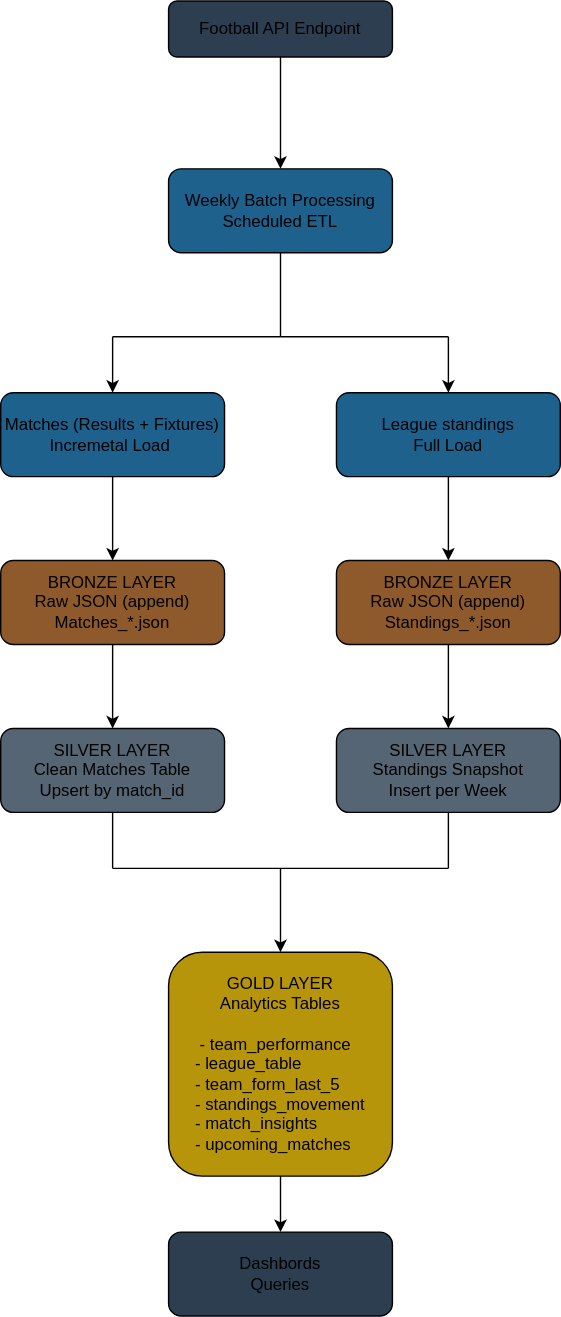
St9rinsky/Football_stats_ETL keeps this draw.io diagram as images/etl-diagram.drawio.svg. Above is the earlier version. Source tidied: cells renumbered, new cells last; positions are measured from the earlier drawing's top-left corner, leaving out a move shared by most shapes.
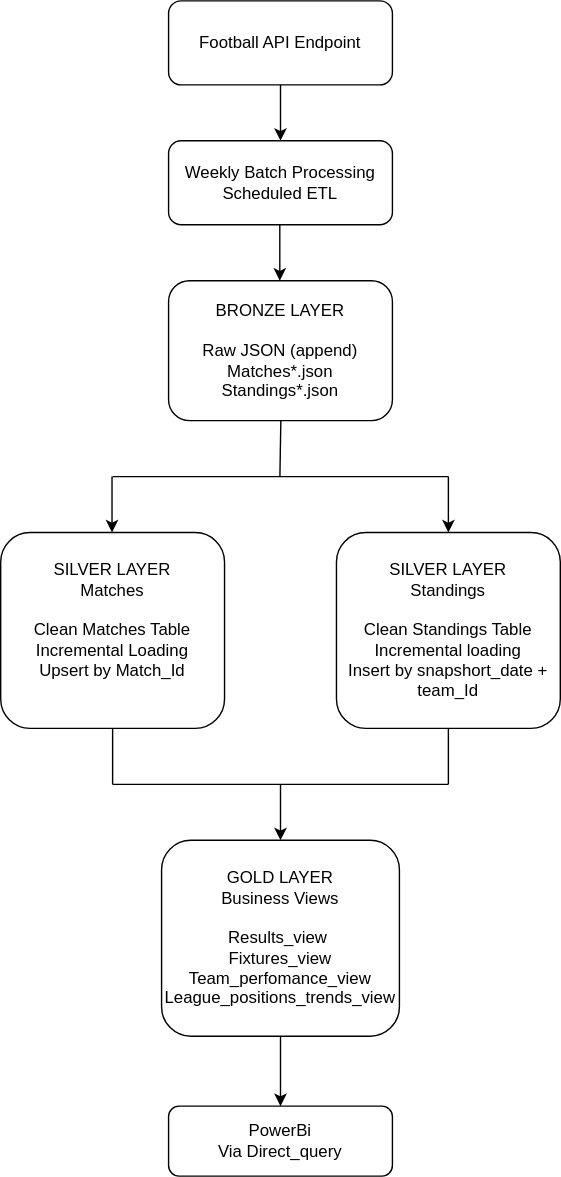
After the change.

Commit message:
added a proper map

Diff of the diagram source:
```diff
@@ -2,120 +2,94 @@
   <root>
     <mxCell id="0" />
     <mxCell id="1" parent="0" />
-    <mxCell id="2" value="Football API Endpoint" style="rounded=1;whiteSpace=wrap;html=1;fillColor=#2C3E50;" parent="1" vertex="1">
-      <mxGeometry x="120" width="160" height="40" as="geometry" />
+    <mxCell id="2" value="Football API Endpoint" style="rounded=1;whiteSpace=wrap;html=1;fillColor=light-dark(#FFFFFF,#1F618D);" parent="1" vertex="1">
+      <mxGeometry x="120" width="160" height="60" as="geometry" />
     </mxCell>
-    <mxCell id="3" style="endArrow=classic;html=1;rounded=0;exitX=0.5;exitY=1;exitDx=0;exitDy=0;" parent="1" edge="1" source="2">
-      <mxGeometry relative="1" as="geometry">
-        <mxPoint x="200" y="120" as="targetPoint" />
-      </mxGeometry>
-    </mxCell>
+    <mxCell id="27" style="endArrow=classic;html=1;rounded=0;exitX=0.5;exitY=1;exitDx=0;exitDy=0;" parent="1" edge="1" source="2">
+      <mxGeometry relative="1" as="geometry">
+        <mxPoint x="200" y="100" as="targetPoint" />
+      </mxGeometry>
+    </mxCell>
-    <mxCell id="4" value="Weekly Batch Processing&lt;div&gt;Scheduled ETL&lt;/div&gt;" style="rounded=1;whiteSpace=wrap;html=1;align=center;fillColor=#1F618D;" parent="1" vertex="1">
-      <mxGeometry x="120" y="120" width="160" height="60" as="geometry" />
+    <mxCell id="4" value="Weekly Batch Processing&lt;div&gt;Scheduled ETL&lt;/div&gt;" style="rounded=1;whiteSpace=wrap;html=1;fillColor=light-dark(#FFFFFF,#1F618D);" parent="1" vertex="1">
+      <mxGeometry x="120" y="100" width="160" height="60" as="geometry" />
     </mxCell>
-    <mxCell id="5" style="endArrow=none;html=1;rounded=0;" parent="1" edge="1">
-      <mxGeometry relative="1" as="geometry">
-        <mxPoint x="200" y="240" as="sourcePoint" />
-        <mxPoint x="200" y="180" as="targetPoint" />
-      </mxGeometry>
-    </mxCell>
-    <mxCell id="6" style="endArrow=none;html=1;rounded=0;" parent="1" edge="1">
-      <mxGeometry relative="1" as="geometry">
-        <mxPoint x="200" y="240" as="sourcePoint" />
-        <mxPoint x="320" y="240" as="targetPoint" />
-      </mxGeometry>
-    </mxCell>
-    <mxCell id="7" style="endArrow=none;html=1;rounded=0;" parent="1" edge="1">
-      <mxGeometry relative="1" as="geometry">
-        <mxPoint x="80" y="240" as="sourcePoint" />
-        <mxPoint x="200" y="240" as="targetPoint" />
-      </mxGeometry>
-    </mxCell>
-    <mxCell id="8" style="endArrow=classic;html=1;rounded=0;" parent="1" edge="1">
-      <mxGeometry relative="1" as="geometry">
-        <mxPoint x="80" y="240" as="sourcePoint" />
-        <mxPoint x="80" y="280" as="targetPoint" />
-      </mxGeometry>
-    </mxCell>
-    <mxCell id="9" style="endArrow=classic;html=1;rounded=0;" parent="1" edge="1">
-      <mxGeometry relative="1" as="geometry">
-        <mxPoint x="320" y="240" as="sourcePoint" />
-        <mxPoint x="320" y="280" as="targetPoint" />
-      </mxGeometry>
-    </mxCell>
-    <mxCell id="10" value="Matches (Results + Fixtures)&lt;div&gt;Incremetal Load&amp;nbsp;&lt;/div&gt;" style="rounded=1;whiteSpace=wrap;html=1;align=center;fillColor=#1F618D;" parent="1" vertex="1">
-      <mxGeometry y="280" width="160" height="60" as="geometry" />
-    </mxCell>
-    <mxCell id="11" value="League standings&lt;div&gt;Full Load&lt;/div&gt;" style="rounded=1;whiteSpace=wrap;html=1;align=center;fillColor=#1F618D;" parent="1" vertex="1">
-      <mxGeometry x="240" y="280" width="160" height="60" as="geometry" />
-    </mxCell>
-    <mxCell id="12" style="endArrow=classic;html=1;rounded=0;exitX=0.5;exitY=1;exitDx=0;exitDy=0;" parent="1" edge="1" source="10">
-      <mxGeometry relative="1" as="geometry">
-        <mxPoint x="80" y="400" as="targetPoint" />
-      </mxGeometry>
-    </mxCell>
-    <mxCell id="13" value="BRONZE LAYER&lt;div&gt;Raw JSON (append)&lt;/div&gt;&lt;div&gt;Matches_*.json&lt;/div&gt;" style="rounded=1;whiteSpace=wrap;html=1;align=center;fillColor=#8E5A2B;" parent="1" vertex="1">
-      <mxGeometry y="400" width="160" height="60" as="geometry" />
-    </mxCell>
-    <mxCell id="14" value="BRONZE LAYER&lt;div&gt;Raw JSON (append)&lt;/div&gt;&lt;div&gt;Standings_*.json&lt;/div&gt;" style="rounded=1;whiteSpace=wrap;html=1;fillColor=#8E5A2B;" parent="1" vertex="1">
-      <mxGeometry x="240" y="400" width="160" height="60" as="geometry" />
-    </mxCell>
-    <mxCell id="15" style="endArrow=classic;html=1;rounded=0;exitX=0.5;exitY=1;exitDx=0;exitDy=0;entryX=0.5;entryY=0;entryDx=0;entryDy=0;" parent="1" edge="1" source="11" target="14">
-      <mxGeometry relative="1" as="geometry" />
-    </mxCell>
-    <mxCell id="16" style="endArrow=classic;html=1;rounded=0;exitX=0.5;exitY=1;exitDx=0;exitDy=0;" parent="1" edge="1" source="13">
-      <mxGeometry relative="1" as="geometry">
-        <mxPoint x="80" y="520" as="targetPoint" />
-      </mxGeometry>
-    </mxCell>
-    <mxCell id="17" style="endArrow=classic;html=1;rounded=0;exitX=0.5;exitY=1;exitDx=0;exitDy=0;" parent="1" edge="1" source="14">
-      <mxGeometry relative="1" as="geometry">
-        <mxPoint x="320" y="520" as="targetPoint" />
-      </mxGeometry>
-    </mxCell>
-    <mxCell id="18" value="SILVER LAYER&lt;div&gt;Clean Matches Table&lt;/div&gt;&lt;div&gt;Upsert by match_id&lt;/div&gt;" style="rounded=1;whiteSpace=wrap;html=1;fillColor=#566573;" parent="1" vertex="1">
-      <mxGeometry y="520" width="160" height="60" as="geometry" />
-    </mxCell>
-    <mxCell id="19" value="SILVER LAYER&lt;div&gt;Standings Snapshot&lt;/div&gt;&lt;div&gt;Insert per Week&lt;/div&gt;" style="rounded=1;whiteSpace=wrap;html=1;fillColor=#566573;" parent="1" vertex="1">
-      <mxGeometry x="240" y="520" width="160" height="60" as="geometry" />
-    </mxCell>
-    <mxCell id="20" style="endArrow=none;html=1;rounded=0;" parent="1" edge="1">
-      <mxGeometry relative="1" as="geometry">
-        <mxPoint x="80" y="620" as="sourcePoint" />
-        <mxPoint x="80" y="580" as="targetPoint" />
-      </mxGeometry>
-    </mxCell>
-    <mxCell id="21" style="endArrow=none;html=1;rounded=0;" parent="1" edge="1">
-      <mxGeometry relative="1" as="geometry">
-        <mxPoint x="320" y="620" as="sourcePoint" />
-        <mxPoint x="320" y="580" as="targetPoint" />
-      </mxGeometry>
-    </mxCell>
-    <mxCell id="22" style="endArrow=none;html=1;rounded=0;" parent="1" edge="1">
-      <mxGeometry relative="1" as="geometry">
-        <mxPoint x="80" y="620" as="sourcePoint" />
-        <mxPoint x="320" y="620" as="targetPoint" />
-      </mxGeometry>
-    </mxCell>
-    <mxCell id="23" style="endArrow=classic;html=1;rounded=0;" parent="1" edge="1">
-      <mxGeometry relative="1" as="geometry">
-        <mxPoint x="200" y="620" as="sourcePoint" />
-        <mxPoint x="200" y="680" as="targetPoint" />
-        <Array as="points">
-          <mxPoint x="200" y="660" />
-        </Array>
-      </mxGeometry>
-    </mxCell>
-    <mxCell id="24" value="GOLD LAYER&lt;div&gt;Analytics Tables&lt;/div&gt;&lt;div&gt;&lt;br&gt;&lt;/div&gt;&lt;div style=&quot;text-align: left;&quot;&gt;&lt;span style=&quot;background-color: transparent; color: light-dark(rgb(0, 0, 0), rgb(255, 255, 255));&quot;&gt;&amp;nbsp;- team_performance&lt;/span&gt;&lt;/div&gt;&lt;div style=&quot;text-align: left;&quot;&gt;&lt;span style=&quot;background-color: transparent; color: light-dark(rgb(0, 0, 0), rgb(255, 255, 255));&quot;&gt;- league_table&lt;/span&gt;&lt;/div&gt;&lt;div style=&quot;text-align: left;&quot;&gt;&lt;span style=&quot;background-color: transparent; color: light-dark(rgb(0, 0, 0), rgb(255, 255, 255));&quot;&gt;- team_form_last_5&lt;/span&gt;&lt;/div&gt;&lt;div style=&quot;text-align: left;&quot;&gt;&lt;span style=&quot;background-color: transparent; color: light-dark(rgb(0, 0, 0), rgb(255, 255, 255));&quot;&gt;- standings_movement&lt;/span&gt;&lt;/div&gt;&lt;div style=&quot;text-align: left;&quot;&gt;&lt;span style=&quot;background-color: transparent; color: light-dark(rgb(0, 0, 0), rgb(255, 255, 255));&quot;&gt;- match_insights&lt;/span&gt;&lt;/div&gt;&lt;div style=&quot;text-align: left;&quot;&gt;&lt;span style=&quot;background-color: transparent; color: light-dark(rgb(0, 0, 0), rgb(255, 255, 255));&quot;&gt;- upcoming_matches&lt;/span&gt;&lt;/div&gt;" style="rounded=1;whiteSpace=wrap;html=1;fillColor=#B7950B;" parent="1" vertex="1">
-      <mxGeometry x="120" y="680" width="160" height="160" as="geometry" />
-    </mxCell>
-    <mxCell id="25" style="endArrow=classic;html=1;rounded=0;exitX=0.5;exitY=1;exitDx=0;exitDy=0;" parent="1" edge="1" source="24">
-      <mxGeometry relative="1" as="geometry">
-        <mxPoint x="200" y="880" as="targetPoint" />
-      </mxGeometry>
-    </mxCell>
-    <mxCell id="26" value="Dashbords&lt;div&gt;Queries&lt;/div&gt;" style="rounded=1;whiteSpace=wrap;html=1;align=center;fillColor=#2C3E50;" parent="1" vertex="1">
-      <mxGeometry x="120" y="880" width="160" height="60" as="geometry" />
-    </mxCell>
+    <mxCell id="28" style="endArrow=none;html=1;rounded=0;" parent="1" edge="1">
+      <mxGeometry relative="1" as="geometry">
+        <mxPoint x="199.6" y="340" as="sourcePoint" />
+        <mxPoint x="199.6" y="300" as="targetPoint" />
+        <Array as="points">
+          <mxPoint x="200.2" y="300" />
+        </Array>
+      </mxGeometry>
+    </mxCell>
+    <mxCell id="29" style="endArrow=none;html=1;rounded=0;" parent="1" edge="1">
+      <mxGeometry relative="1" as="geometry">
+        <mxPoint x="80" y="340" as="sourcePoint" />
+        <mxPoint x="320" y="340" as="targetPoint" />
+        <Array as="points">
+          <mxPoint x="180" y="340" />
+        </Array>
+      </mxGeometry>
+    </mxCell>
+    <mxCell id="30" style="endArrow=classic;html=1;rounded=0;" parent="1" edge="1">
+      <mxGeometry relative="1" as="geometry">
+        <mxPoint x="199.5" y="160" as="sourcePoint" />
+        <mxPoint x="199.5" y="200" as="targetPoint" />
+      </mxGeometry>
+    </mxCell>
+    <mxCell id="31" style="endArrow=classic;html=1;rounded=0;" parent="1" edge="1">
+      <mxGeometry relative="1" as="geometry">
+        <mxPoint x="320" y="340" as="sourcePoint" />
+        <mxPoint x="320" y="380" as="targetPoint" />
+      </mxGeometry>
+    </mxCell>
+    <mxCell id="32" value="SILVER LAYER&lt;div&gt;Matches&lt;/div&gt;&lt;div&gt;&lt;br&gt;&lt;div&gt;Clean Matches Table&lt;/div&gt;&lt;div&gt;Incremental Loading&lt;/div&gt;&lt;div&gt;Upsert by Match_Id&lt;/div&gt;&lt;div&gt;&lt;br&gt;&lt;/div&gt;&lt;/div&gt;" style="rounded=1;whiteSpace=wrap;html=1;fillColor=light-dark(#FFFFFF,#B3B3B3);" parent="1" vertex="1">
+      <mxGeometry y="380" width="160" height="140" as="geometry" />
+    </mxCell>
+    <mxCell id="33" value="&lt;div style=&quot;&quot;&gt;&lt;span style=&quot;background-color: transparent; color: light-dark(rgb(0, 0, 0), rgb(255, 255, 255));&quot;&gt;BRONZE LAYER&lt;/span&gt;&lt;/div&gt;&lt;div style=&quot;&quot;&gt;&lt;span style=&quot;background-color: transparent; color: light-dark(rgb(0, 0, 0), rgb(255, 255, 255));&quot;&gt;&lt;br&gt;&lt;/span&gt;&lt;/div&gt;&lt;div style=&quot;&quot;&gt;Raw JSON (append)&lt;/div&gt;&lt;div style=&quot;&quot;&gt;Matches*.json&lt;/div&gt;&lt;div style=&quot;&quot;&gt;Standings*.json&lt;/div&gt;" style="rounded=1;whiteSpace=wrap;html=1;align=center;fillColor=light-dark(#FFFFFF,#8E5A2B);" parent="1" vertex="1">
+      <mxGeometry x="120" y="200" width="160" height="100" as="geometry" />
+    </mxCell>
+    <mxCell id="34" style="endArrow=classic;html=1;rounded=0;" parent="1" edge="1">
+      <mxGeometry relative="1" as="geometry">
+        <mxPoint x="79.6" y="340" as="sourcePoint" />
+        <mxPoint x="79.6" y="380" as="targetPoint" />
+      </mxGeometry>
+    </mxCell>
+    <mxCell id="35" value="SILVER LAYER&lt;div&gt;Standings&lt;/div&gt;&lt;div&gt;&lt;br&gt;&lt;/div&gt;&lt;div&gt;Clean Standings Table&lt;/div&gt;&lt;div&gt;Incremental loading&lt;/div&gt;&lt;div&gt;Insert by snapshort_date + team_Id&lt;/div&gt;" style="rounded=1;whiteSpace=wrap;html=1;fillColor=light-dark(#FFFFFF,#B3B3B3);" parent="1" vertex="1">
+      <mxGeometry x="240" y="380" width="160" height="140" as="geometry" />
+    </mxCell>
+    <mxCell id="36" style="endArrow=classic;html=1;rounded=0;" parent="1" edge="1">
+      <mxGeometry relative="1" as="geometry">
+        <mxPoint x="200" y="560" as="sourcePoint" />
+        <mxPoint x="200" y="600" as="targetPoint" />
+      </mxGeometry>
+    </mxCell>
+    <mxCell id="37" style="endArrow=none;html=1;rounded=0;" parent="1" edge="1">
+      <mxGeometry relative="1" as="geometry">
+        <mxPoint x="80" y="560" as="sourcePoint" />
+        <mxPoint x="80" y="520" as="targetPoint" />
+      </mxGeometry>
+    </mxCell>
+    <mxCell id="38" style="endArrow=none;html=1;rounded=0;" parent="1" edge="1">
+      <mxGeometry relative="1" as="geometry">
+        <mxPoint x="320" y="560" as="sourcePoint" />
+        <mxPoint x="320" y="520" as="targetPoint" />
+      </mxGeometry>
+    </mxCell>
+    <mxCell id="39" style="endArrow=none;html=1;rounded=0;" parent="1" edge="1">
+      <mxGeometry relative="1" as="geometry">
+        <mxPoint x="80" y="560" as="sourcePoint" />
+        <mxPoint x="320" y="560" as="targetPoint" />
+      </mxGeometry>
+    </mxCell>
+    <mxCell id="40" value="GOLD LAYER&lt;div&gt;Business Views&lt;/div&gt;&lt;div&gt;&lt;br&gt;&lt;/div&gt;&lt;div&gt;&lt;span style=&quot;text-align: left; background-color: transparent; color: light-dark(rgb(0, 0, 0), rgb(255, 255, 255));&quot;&gt;Results_view&lt;/span&gt;&lt;span style=&quot;background-color: transparent; color: light-dark(rgb(0, 0, 0), rgb(255, 255, 255)); text-align: left;&quot;&gt;&amp;nbsp;&lt;/span&gt;&lt;/div&gt;&lt;div&gt;&lt;span style=&quot;background-color: transparent; color: light-dark(rgb(0, 0, 0), rgb(255, 255, 255)); text-align: left;&quot;&gt;Fixtures_view&lt;/span&gt;&lt;/div&gt;&lt;div&gt;&lt;span style=&quot;text-align: left; background-color: transparent; color: light-dark(rgb(0, 0, 0), rgb(255, 255, 255));&quot;&gt;Team_perfomance_view&lt;/span&gt;&lt;/div&gt;&lt;div&gt;&lt;span style=&quot;text-align: left; background-color: transparent; color: light-dark(rgb(0, 0, 0), rgb(255, 255, 255));&quot;&gt;League_positions_trends_view&lt;/span&gt;&lt;/div&gt;" style="rounded=1;whiteSpace=wrap;html=1;fillColor=light-dark(#FFFFFF,#B7950B);" parent="1" vertex="1">
+      <mxGeometry x="115" y="600" width="170" height="140" as="geometry" />
+    </mxCell>
+    <mxCell id="41" style="endArrow=classic;html=1;rounded=0;exitX=0.5;exitY=1;exitDx=0;exitDy=0;entryX=0.5;entryY=0;entryDx=0;entryDy=0;" parent="1" edge="1" source="40" target="42">
+      <mxGeometry relative="1" as="geometry" />
+    </mxCell>
+    <mxCell id="42" value="PowerBi&lt;div&gt;Via Direct_query&lt;/div&gt;" style="rounded=1;whiteSpace=wrap;html=1;fillColor=light-dark(#FFFFFF,#1F618D);" parent="1" vertex="1">
+      <mxGeometry x="120" y="790" width="160" height="50" as="geometry" />
+    </mxCell>
   </root>
 </mxGraphModel>
```
